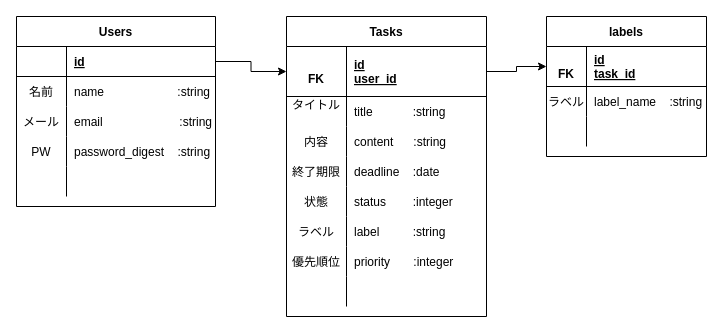
The draw.io diagram manyo.drawio in shota4214/manyo_task_exam, before the edit. Source tidied: cells renumbered, new cells numbered last; positions are measured from the earlier drawing's top-left corner, leaving out a move shared by most shapes. Both pictures are drawn from the tidied source at 100%, with x=0, y=0 at pixel (16, 16).
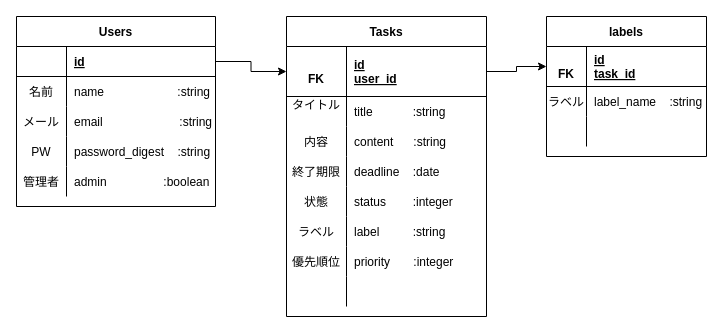
After the change.

The change refers to these unchanged cells:
```xml
<mxCell id="50" style="shape=partialRectangle;fillColor=none;top=0;left=0;right=0;bottom=0;" parent="37" vertex="1">
  <mxGeometry y="150" width="199" height="30" as="geometry" />
</mxCell>
```

The edit, as a diff of the source:
```diff
@@
-    <mxCell id="51" style="shape=partialRectangle;overflow=hidden;fillColor=none;top=0;left=0;bottom=0;right=0;" parent="50" vertex="1">
+    <mxCell id="51" value="管理者" style="shape=partialRectangle;overflow=hidden;fillColor=none;top=0;left=0;bottom=0;right=0;" parent="50" vertex="1">
       <mxGeometry width="50" height="30" as="geometry" />
     </mxCell>
-    <mxCell id="52" style="shape=partialRectangle;overflow=hidden;fillColor=none;top=0;left=0;bottom=0;right=0;align=left;spacingLeft=6;" parent="50" vertex="1">
+    <mxCell id="52" value="admin                 :boolean" style="shape=partialRectangle;overflow=hidden;fillColor=none;top=0;left=0;bottom=0;right=0;align=left;spacingLeft=6;" parent="50" vertex="1">
       <mxGeometry x="50" width="149" height="30" as="geometry" />
     </mxCell>
```
